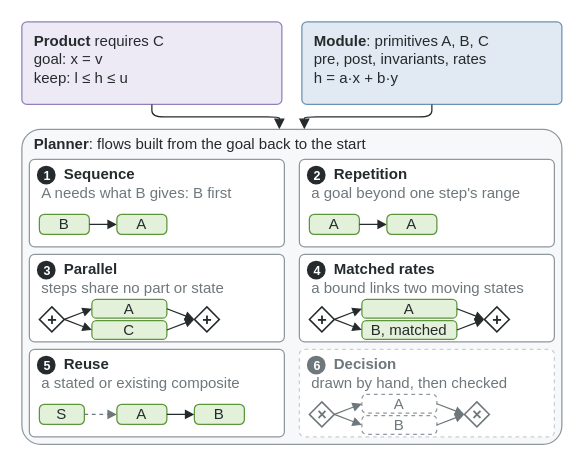
Above: page "planning-generic" (9 of 9) of docs/figures/cirp-figures.drawio in AAUSmartProductionLab/iec61499-mgmt-py (draw.io), before the change. Source tidied: cells renumbered, new cells numbered last; positions are measured from the earlier drawing's top-left corner, leaving out a move shared by most shapes. Both pictures are drawn from the tidied source at 125%, with x=0, y=0 at pixel (21, 21).
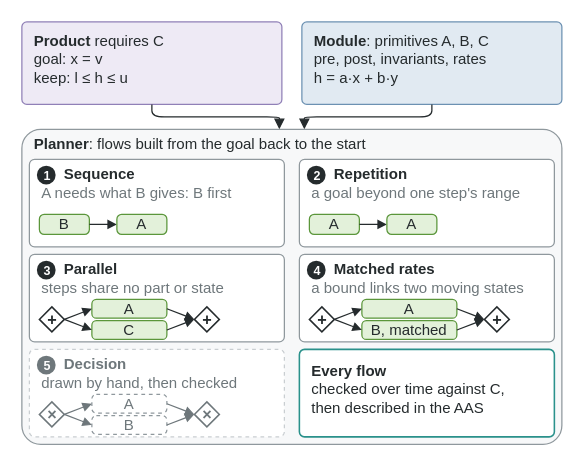
The same diagram, later.

Commit message (it also covers changes not shown here):
Planner described as built: GTPyhop with goals only; reuse taken out of Fig. 2

Change to the diagram source:
```diff
@@
-    <mxCell id="46" style="rounded=1;arcSize=6;whiteSpace=wrap;html=1;fillColor=#FFFFFF;strokeColor=#8F989D;strokeWidth=1;fontFamily=Arial;fontSize=16;fontColor=#252B2D;align=center;spacingLeft=8;spacingRight=8;" parent="1" vertex="1">
+    <mxCell id="46" style="rounded=1;arcSize=6;whiteSpace=wrap;html=1;fillColor=#FFFFFF;strokeColor=#C9CED1;strokeWidth=1;fontFamily=Arial;fontSize=16;fontColor=#252B2D;align=center;spacingLeft=8;spacingRight=8;dashed=1;" parent="1" vertex="1">
       <mxGeometry x="6" y="262" width="204" height="70" as="geometry" />
     </mxCell>
-    <mxCell id="47" value="5" style="ellipse;html=1;fillColor=#252B2D;strokeColor=none;fontColor=#FFFFFF;fontFamily=Arial;fontSize=10;fontStyle=1;align=center;verticalAlign=middle;" parent="1" vertex="1">
+    <mxCell id="47" value="5" style="ellipse;html=1;fillColor=#6E777B;strokeColor=none;fontColor=#FFFFFF;fontFamily=Arial;fontSize=10;fontStyle=1;align=center;verticalAlign=middle;" parent="1" vertex="1">
       <mxGeometry x="12" y="267" width="15" height="15" as="geometry" />
     </mxCell>
-    <mxCell id="48" value="&lt;b&gt;Reuse&lt;/b&gt;" style="text;html=1;whiteSpace=wrap;fontFamily=Arial;fontSize=12;fontColor=#252B2D;align=left;verticalAlign=middle;strokeColor=none;fillColor=none;" parent="1" vertex="1">
+    <mxCell id="48" value="&lt;b&gt;Decision&lt;/b&gt;" style="text;html=1;whiteSpace=wrap;fontFamily=Arial;fontSize=12;fontColor=#6E777B;align=left;verticalAlign=middle;strokeColor=none;fillColor=none;" parent="1" vertex="1">
       <mxGeometry x="32" y="265" width="176" height="18" as="geometry" />
     </mxCell>
-    <mxCell id="49" value="a stated or existing composite" style="text;html=1;whiteSpace=wrap;fontFamily=Arial;fontSize=12;fontColor=#6E777B;align=left;verticalAlign=middle;strokeColor=none;fillColor=none;" parent="1" vertex="1">
+    <mxCell id="49" value="drawn by hand, then checked" style="text;html=1;whiteSpace=wrap;fontFamily=Arial;fontSize=12;fontColor=#6E777B;align=left;verticalAlign=middle;strokeColor=none;fillColor=none;" parent="1" vertex="1">
       <mxGeometry x="14" y="281" width="194" height="16" as="geometry" />
     </mxCell>
-    <mxCell id="50" value="S" style="rounded=1;arcSize=24;whiteSpace=wrap;html=1;fillColor=#E3F1DA;strokeColor=#5B963B;strokeWidth=1;fontFamily=Arial;fontSize=12;fontColor=#252B2D;align=center;spacingLeft=8;spacingRight=8;spacingLeft=2;spacingRight=2;" parent="1" vertex="1">
-      <mxGeometry x="14" y="306" width="36" height="16" as="geometry" />
+    <mxCell id="50" value="×" style="rhombus;html=1;fillColor=#FFFFFF;strokeColor=#6E777B;strokeWidth=1.2;fontFamily=Arial;fontSize=13;fontStyle=1;fontColor=#6E777B;" parent="1" vertex="1">
+      <mxGeometry x="14" y="304" width="20" height="20" as="geometry" />
     </mxCell>
-    <mxCell id="51" style="html=1;rounded=1;strokeColor=#6E777B;strokeWidth=1.0;endArrow=block;endFill=1;endSize=6;dashed=1;fontFamily=Arial;fontSize=12;fontColor=#6E777B;labelBackgroundColor=#FFFFFF;endSize=5;" parent="1" edge="1">
-      <mxGeometry relative="1" as="geometry">
-        <mxPoint x="50" y="314" as="sourcePoint" />
-        <mxPoint x="76" y="314" as="targetPoint" />
-      </mxGeometry>
+    <mxCell id="51" value="A" style="rounded=1;arcSize=24;whiteSpace=wrap;html=1;fillColor=#FFFFFF;strokeColor=#8F989D;strokeWidth=1;fontFamily=Arial;fontSize=12;fontColor=#252B2D;align=center;spacingLeft=8;spacingRight=8;dashed=1;fontColor=#6E777B;spacingLeft=2;spacingRight=2;" parent="1" vertex="1">
+      <mxGeometry x="56" y="298" width="60" height="15" as="geometry" />
     </mxCell>
-    <mxCell id="52" value="A" style="rounded=1;arcSize=24;whiteSpace=wrap;html=1;fillColor=#E3F1DA;strokeColor=#5B963B;strokeWidth=1;fontFamily=Arial;fontSize=12;fontColor=#252B2D;align=center;spacingLeft=8;spacingRight=8;spacingLeft=2;spacingRight=2;" parent="1" vertex="1">
-      <mxGeometry x="76" y="306" width="40" height="16" as="geometry" />
+    <mxCell id="52" value="B" style="rounded=1;arcSize=24;whiteSpace=wrap;html=1;fillColor=#FFFFFF;strokeColor=#8F989D;strokeWidth=1;fontFamily=Arial;fontSize=12;fontColor=#252B2D;align=center;spacingLeft=8;spacingRight=8;dashed=1;fontColor=#6E777B;spacingLeft=2;spacingRight=2;" parent="1" vertex="1">
+      <mxGeometry x="56" y="315" width="60" height="15" as="geometry" />
     </mxCell>
-    <mxCell id="53" style="html=1;rounded=1;strokeColor=#252B2D;strokeWidth=1.0;endArrow=block;endFill=1;endSize=6;fontFamily=Arial;fontSize=12;fontColor=#252B2D;labelBackgroundColor=#FFFFFF;endSize=5;" parent="1" edge="1">
-      <mxGeometry relative="1" as="geometry">
-        <mxPoint x="116" y="314" as="sourcePoint" />
-        <mxPoint x="138" y="314" as="targetPoint" />
-      </mxGeometry>
+    <mxCell id="53" value="×" style="rhombus;html=1;fillColor=#FFFFFF;strokeColor=#6E777B;strokeWidth=1.2;fontFamily=Arial;fontSize=13;fontStyle=1;fontColor=#6E777B;" parent="1" vertex="1">
+      <mxGeometry x="138" y="304" width="20" height="20" as="geometry" />
     </mxCell>
-    <mxCell id="54" value="B" style="rounded=1;arcSize=24;whiteSpace=wrap;html=1;fillColor=#E3F1DA;strokeColor=#5B963B;strokeWidth=1;fontFamily=Arial;fontSize=12;fontColor=#252B2D;align=center;spacingLeft=8;spacingRight=8;spacingLeft=2;spacingRight=2;" parent="1" vertex="1">
-      <mxGeometry x="138" y="306" width="40" height="16" as="geometry" />
+    <mxCell id="54" style="html=1;rounded=1;strokeColor=#6E777B;strokeWidth=1.0;endArrow=block;endFill=1;endSize=6;fontFamily=Arial;fontSize=12;fontColor=#6E777B;labelBackgroundColor=#FFFFFF;endSize=5;" parent="1" edge="1">
+      <mxGeometry relative="1" as="geometry">
+        <mxPoint x="34" y="314" as="sourcePoint" />
+        <mxPoint x="56" y="305.5" as="targetPoint" />
+      </mxGeometry>
     </mxCell>
-    <mxCell id="55" style="rounded=1;arcSize=6;whiteSpace=wrap;html=1;fillColor=#FFFFFF;strokeColor=#C9CED1;strokeWidth=1;fontFamily=Arial;fontSize=16;fontColor=#252B2D;align=center;spacingLeft=8;spacingRight=8;dashed=1;" parent="1" vertex="1">
-      <mxGeometry x="222" y="262" width="204" height="70" as="geometry" />
+    <mxCell id="55" style="html=1;rounded=1;strokeColor=#6E777B;strokeWidth=1.0;endArrow=block;endFill=1;endSize=6;fontFamily=Arial;fontSize=12;fontColor=#6E777B;labelBackgroundColor=#FFFFFF;endSize=5;" parent="1" edge="1">
+      <mxGeometry relative="1" as="geometry">
+        <mxPoint x="116" y="305.5" as="sourcePoint" />
+        <mxPoint x="138" y="314" as="targetPoint" />
+      </mxGeometry>
     </mxCell>
-    <mxCell id="56" value="6" style="ellipse;html=1;fillColor=#6E777B;strokeColor=none;fontColor=#FFFFFF;fontFamily=Arial;fontSize=10;fontStyle=1;align=center;verticalAlign=middle;" parent="1" vertex="1">
-      <mxGeometry x="228" y="267" width="15" height="15" as="geometry" />
+    <mxCell id="56" style="html=1;rounded=1;strokeColor=#6E777B;strokeWidth=1.0;endArrow=block;endFill=1;endSize=6;fontFamily=Arial;fontSize=12;fontColor=#6E777B;labelBackgroundColor=#FFFFFF;endSize=5;" parent="1" edge="1">
+      <mxGeometry relative="1" as="geometry">
+        <mxPoint x="34" y="314" as="sourcePoint" />
+        <mxPoint x="56" y="322.5" as="targetPoint" />
+      </mxGeometry>
     </mxCell>
-    <mxCell id="57" value="&lt;b&gt;Decision&lt;/b&gt;" style="text;html=1;whiteSpace=wrap;fontFamily=Arial;fontSize=12;fontColor=#6E777B;align=left;verticalAlign=middle;strokeColor=none;fillColor=none;" parent="1" vertex="1">
-      <mxGeometry x="248" y="265" width="176" height="18" as="geometry" />
+    <mxCell id="57" style="html=1;rounded=1;strokeColor=#6E777B;strokeWidth=1.0;endArrow=block;endFill=1;endSize=6;fontFamily=Arial;fontSize=12;fontColor=#6E777B;labelBackgroundColor=#FFFFFF;endSize=5;" parent="1" edge="1">
+      <mxGeometry relative="1" as="geometry">
+        <mxPoint x="116" y="322.5" as="sourcePoint" />
+        <mxPoint x="138" y="314" as="targetPoint" />
+      </mxGeometry>
     </mxCell>
-    <mxCell id="58" value="drawn by hand, then checked" style="text;html=1;whiteSpace=wrap;fontFamily=Arial;fontSize=12;fontColor=#6E777B;align=left;verticalAlign=middle;strokeColor=none;fillColor=none;" parent="1" vertex="1">
-      <mxGeometry x="230" y="281" width="194" height="16" as="geometry" />
+    <mxCell id="58" value="&lt;b&gt;Every flow&lt;/b&gt;&lt;br&gt;checked over time against C,&lt;br&gt;then described in the AAS" style="rounded=1;arcSize=6;whiteSpace=wrap;html=1;fillColor=#FFFFFF;strokeColor=#2A918B;strokeWidth=1;fontFamily=Arial;fontSize=12;fontColor=#252B2D;align=center;spacingLeft=8;spacingRight=8;strokeWidth=1.25;align=left;verticalAlign=top;spacingLeft=8;spacingTop=4;" parent="1" vertex="1">
+      <mxGeometry x="222" y="262" width="204" height="70" as="geometry" />
     </mxCell>
-    <mxCell id="59" value="×" style="rhombus;html=1;fillColor=#FFFFFF;strokeColor=#6E777B;strokeWidth=1.2;fontFamily=Arial;fontSize=13;fontStyle=1;fontColor=#6E777B;" parent="1" vertex="1">
-      <mxGeometry x="230" y="304" width="20" height="20" as="geometry" />
-    </mxCell>
-    <mxCell id="60" value="A" style="rounded=1;arcSize=24;whiteSpace=wrap;html=1;fillColor=#FFFFFF;strokeColor=#8F989D;strokeWidth=1;fontFamily=Arial;fontSize=12;fontColor=#252B2D;align=center;spacingLeft=8;spacingRight=8;dashed=1;fontColor=#6E777B;spacingLeft=2;spacingRight=2;" parent="1" vertex="1">
-      <mxGeometry x="272" y="298" width="60" height="15" as="geometry" />
-    </mxCell>
-    <mxCell id="61" value="B" style="rounded=1;arcSize=24;whiteSpace=wrap;html=1;fillColor=#FFFFFF;strokeColor=#8F989D;strokeWidth=1;fontFamily=Arial;fontSize=12;fontColor=#252B2D;align=center;spacingLeft=8;spacingRight=8;dashed=1;fontColor=#6E777B;spacingLeft=2;spacingRight=2;" parent="1" vertex="1">
-      <mxGeometry x="272" y="315" width="60" height="15" as="geometry" />
-    </mxCell>
-    <mxCell id="62" value="×" style="rhombus;html=1;fillColor=#FFFFFF;strokeColor=#6E777B;strokeWidth=1.2;fontFamily=Arial;fontSize=13;fontStyle=1;fontColor=#6E777B;" parent="1" vertex="1">
-      <mxGeometry x="354" y="304" width="20" height="20" as="geometry" />
-    </mxCell>
-    <mxCell id="63" style="html=1;rounded=1;strokeColor=#6E777B;strokeWidth=1.0;endArrow=block;endFill=1;endSize=6;fontFamily=Arial;fontSize=12;fontColor=#6E777B;labelBackgroundColor=#FFFFFF;endSize=5;" parent="1" edge="1">
-      <mxGeometry relative="1" as="geometry">
-        <mxPoint x="250" y="314" as="sourcePoint" />
-        <mxPoint x="272" y="305.5" as="targetPoint" />
-      </mxGeometry>
-    </mxCell>
-    <mxCell id="64" style="html=1;rounded=1;strokeColor=#6E777B;strokeWidth=1.0;endArrow=block;endFill=1;endSize=6;fontFamily=Arial;fontSize=12;fontColor=#6E777B;labelBackgroundColor=#FFFFFF;endSize=5;" parent="1" edge="1">
-      <mxGeometry relative="1" as="geometry">
-        <mxPoint x="332" y="305.5" as="sourcePoint" />
-        <mxPoint x="354" y="314" as="targetPoint" />
-      </mxGeometry>
-    </mxCell>
-    <mxCell id="65" style="html=1;rounded=1;strokeColor=#6E777B;strokeWidth=1.0;endArrow=block;endFill=1;endSize=6;fontFamily=Arial;fontSize=12;fontColor=#6E777B;labelBackgroundColor=#FFFFFF;endSize=5;" parent="1" edge="1">
-      <mxGeometry relative="1" as="geometry">
-        <mxPoint x="250" y="314" as="sourcePoint" />
-        <mxPoint x="272" y="322.5" as="targetPoint" />
-      </mxGeometry>
-    </mxCell>
-    <mxCell id="66" style="html=1;rounded=1;strokeColor=#6E777B;strokeWidth=1.0;endArrow=block;endFill=1;endSize=6;fontFamily=Arial;fontSize=12;fontColor=#6E777B;labelBackgroundColor=#FFFFFF;endSize=5;" parent="1" edge="1">
-      <mxGeometry relative="1" as="geometry">
-        <mxPoint x="332" y="322.5" as="sourcePoint" />
-        <mxPoint x="354" y="314" as="targetPoint" />
-      </mxGeometry>
-    </mxCell>
```
